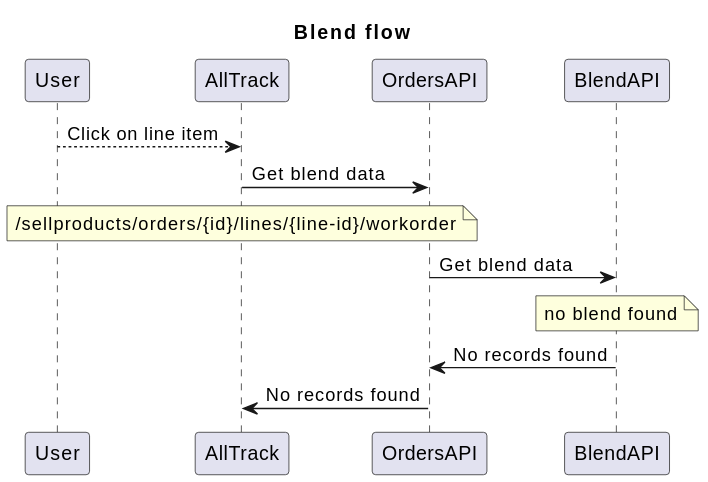
Before: docs/myarch.svg, a diagram exported from PlantUML (das01d/simple-app).
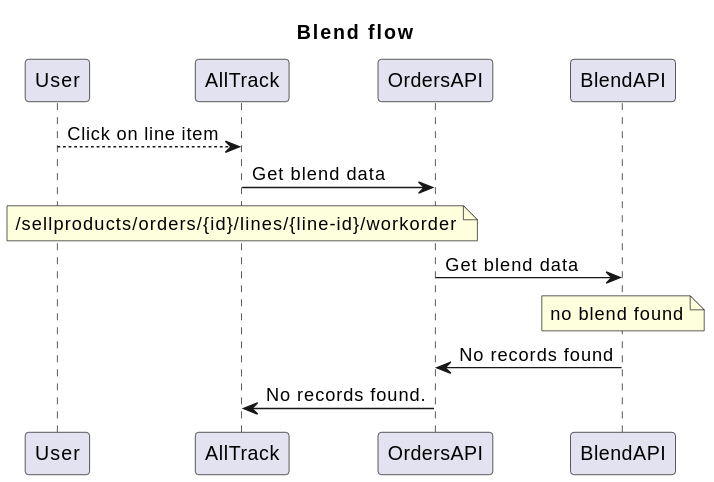
After the commit.

Commit message:
Generate images for PlantUML diagrams

Change to the diagram source:
```diff
@@ -8,5 +8,5 @@
 OrdersAPI -> BlendAPI: Get blend data
 note over BlendAPI: no blend found
 BlendAPI -> OrdersAPI: No records found
-OrdersAPI -> AllTrack: No records found
+OrdersAPI -> AllTrack: No records found.
 @enduml
```
